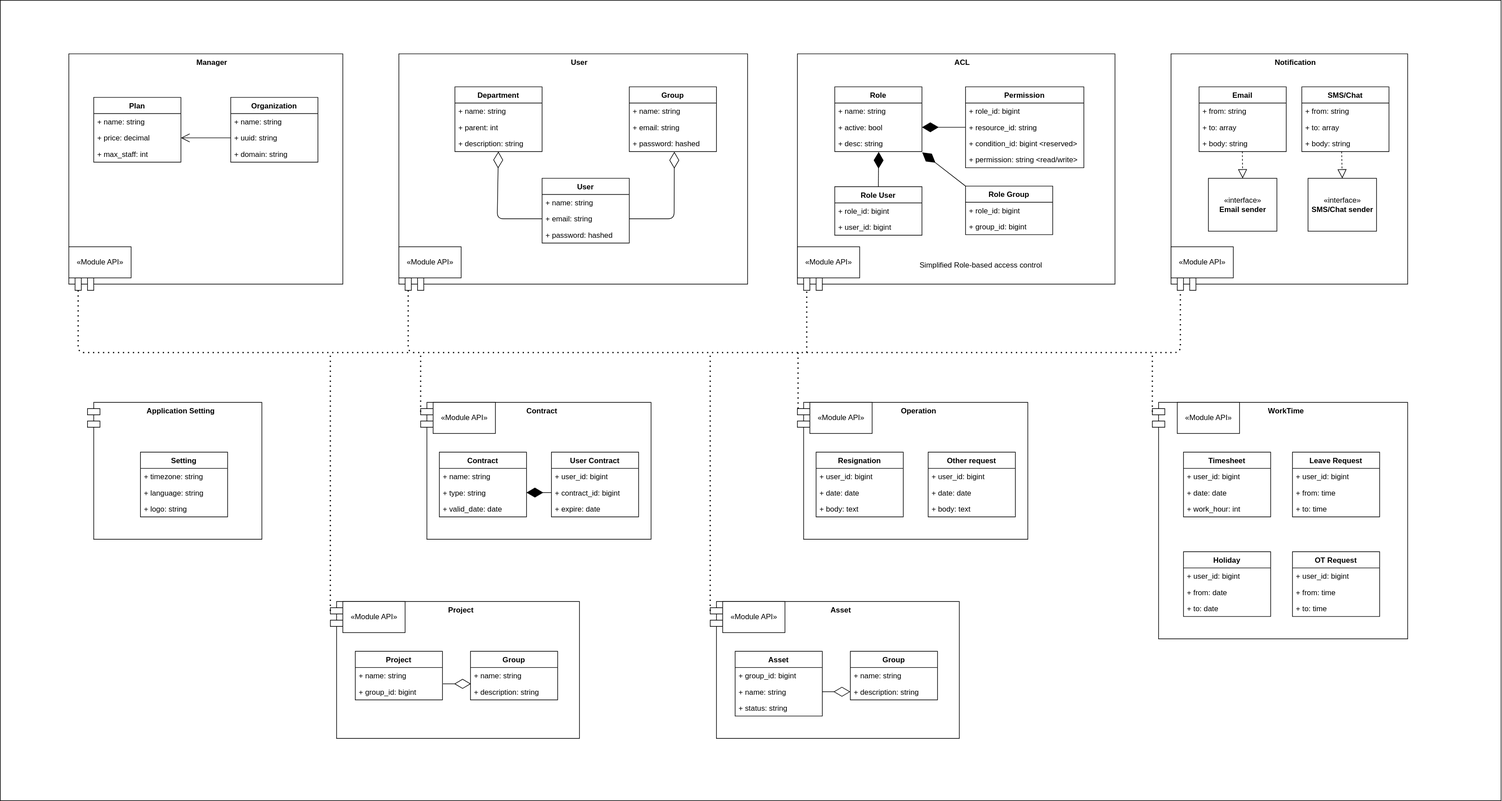
The draw.io diagram UML/module.svg in vinhcd/simple-crm, before a commit. Source tidied: cells renumbered, new cells last; positions are measured from the earlier drawing's top-left corner, leaving out a move shared by most shapes.
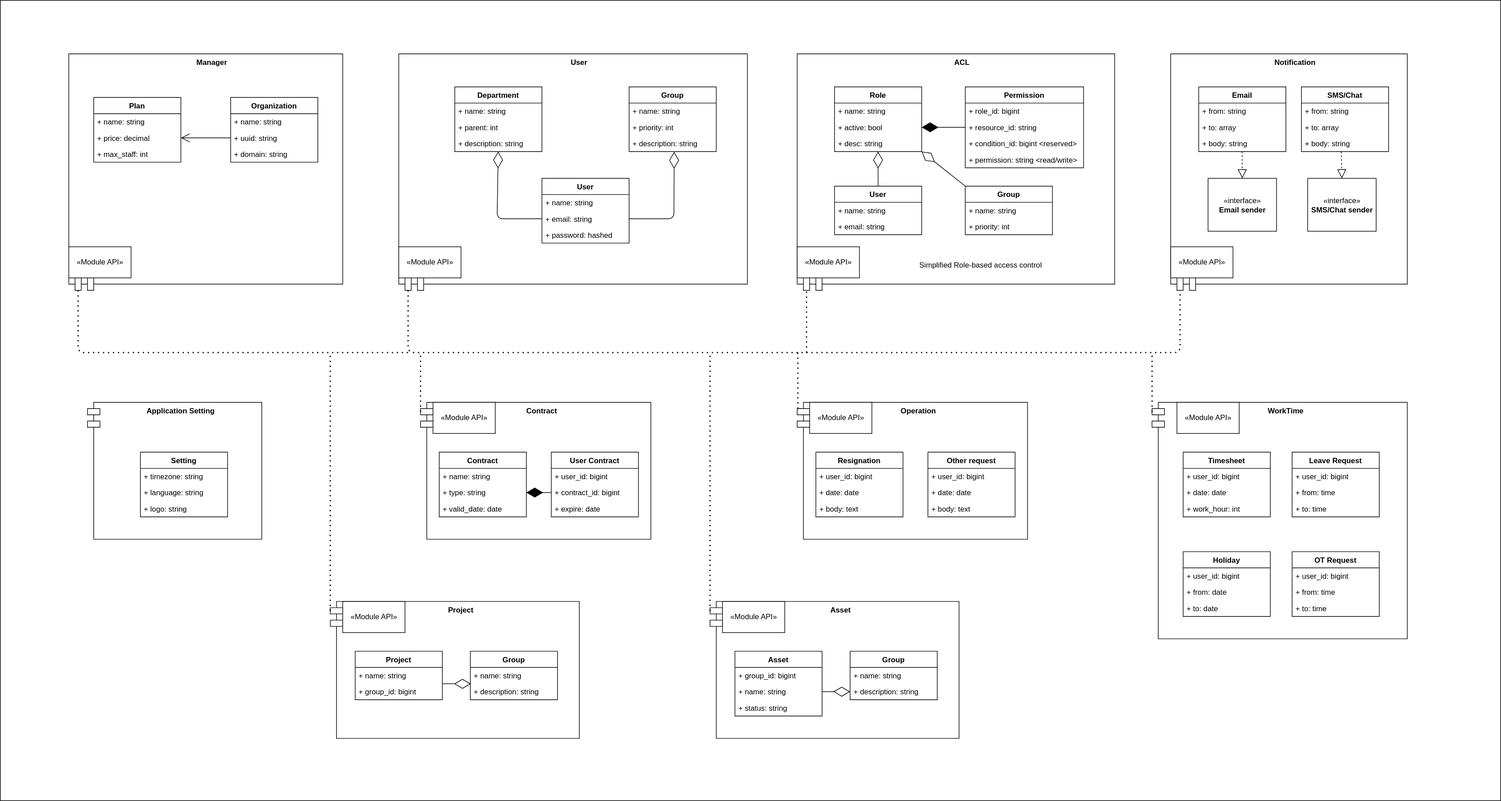
Later version of the same file.

The edit, as a diff of the source:
```diff
@@ -23,6 +23,15 @@
     <mxCell id="8" value="+ permission: string &lt;read/write&gt;" style="text;strokeColor=none;fillColor=none;align=left;verticalAlign=top;spacingLeft=4;spacingRight=4;overflow=hidden;" parent="4" vertex="1">
       <mxGeometry y="104" width="190" height="26" as="geometry" />
     </mxCell>
+    <mxCell id="136" value="User" style="swimlane;fontStyle=1;horizontal=1;startSize=26;fillColor=none;" parent="1" vertex="1">
+      <mxGeometry x="1340" y="298.5" width="140" height="78" as="geometry" />
+    </mxCell>
+    <mxCell id="137" value="+ name: string" style="text;strokeColor=none;fillColor=none;align=left;verticalAlign=top;spacingLeft=4;spacingRight=4;overflow=hidden;" parent="136" vertex="1">
+      <mxGeometry y="26" width="140" height="26" as="geometry" />
+    </mxCell>
+    <mxCell id="138" value="+ email: string" style="text;strokeColor=none;fillColor=none;align=left;verticalAlign=top;spacingLeft=4;spacingRight=4;overflow=hidden;" parent="136" vertex="1">
+      <mxGeometry y="52" width="140" height="26" as="geometry" />
+    </mxCell>
     <mxCell id="9" value="Application Setting" style="shape=module;align=left;spacingLeft=20;align=center;verticalAlign=top;direction=east;fontStyle=1;" parent="1" vertex="1">
       <mxGeometry x="140" y="646" width="280" height="220" as="geometry" />
     </mxCell>
@@ -71,24 +80,15 @@
     <mxCell id="24" value="«Module API»" style="html=1;" parent="1" vertex="1">
       <mxGeometry x="1890" y="646" width="100" height="50" as="geometry" />
     </mxCell>
-    <mxCell id="25" value="Role Group" style="swimlane;fontStyle=1;horizontal=1;startSize=26;fillColor=none;" parent="1" vertex="1">
+    <mxCell id="25" value="Group" style="swimlane;fontStyle=1;horizontal=1;startSize=26;fillColor=none;" parent="1" vertex="1">
       <mxGeometry x="1550" y="298.5" width="140" height="78" as="geometry" />
     </mxCell>
-    <mxCell id="26" value="+ role_id: bigint" style="text;strokeColor=none;fillColor=none;align=left;verticalAlign=top;spacingLeft=4;spacingRight=4;overflow=hidden;" parent="25" vertex="1">
+    <mxCell id="26" value="+ name: string" style="text;strokeColor=none;fillColor=none;align=left;verticalAlign=top;spacingLeft=4;spacingRight=4;overflow=hidden;" parent="25" vertex="1">
       <mxGeometry y="26" width="140" height="26" as="geometry" />
     </mxCell>
-    <mxCell id="27" value="+ group_id: bigint" style="text;strokeColor=none;fillColor=none;align=left;verticalAlign=top;spacingLeft=4;spacingRight=4;overflow=hidden;" parent="25" vertex="1">
+    <mxCell id="27" value="+ priority: int" style="text;strokeColor=none;fillColor=none;align=left;verticalAlign=top;spacingLeft=4;spacingRight=4;overflow=hidden;" parent="25" vertex="1">
       <mxGeometry y="52" width="140" height="26" as="geometry" />
     </mxCell>
-    <mxCell id="28" value="Role User" style="swimlane;fontStyle=1;horizontal=1;startSize=26;fillColor=none;" parent="1" vertex="1">
-      <mxGeometry x="1340" y="299.5" width="140" height="78" as="geometry" />
-    </mxCell>
-    <mxCell id="29" value="+ role_id: bigint" style="text;strokeColor=none;fillColor=none;align=left;verticalAlign=top;spacingLeft=4;spacingRight=4;overflow=hidden;" parent="28" vertex="1">
-      <mxGeometry y="26" width="140" height="26" as="geometry" />
-    </mxCell>
-    <mxCell id="30" value="+ user_id: bigint" style="text;strokeColor=none;fillColor=none;align=left;verticalAlign=top;spacingLeft=4;spacingRight=4;overflow=hidden;" parent="28" vertex="1">
-      <mxGeometry y="52" width="140" height="26" as="geometry" />
-    </mxCell>
     <mxCell id="31" value="Project" style="shape=module;align=left;spacingLeft=20;align=center;verticalAlign=top;direction=east;fontStyle=1;" parent="1" vertex="1">
       <mxGeometry x="530" y="966" width="400" height="220" as="geometry" />
     </mxCell>
@@ -184,10 +184,10 @@
     <mxCell id="57" value="+ name: string" style="text;strokeColor=none;fillColor=none;align=left;verticalAlign=top;spacingLeft=4;spacingRight=4;overflow=hidden;" parent="56" vertex="1">
       <mxGeometry y="26" width="140" height="26" as="geometry" />
     </mxCell>
-    <mxCell id="58" value="+ email: string" style="text;strokeColor=none;fillColor=none;align=left;verticalAlign=top;spacingLeft=4;spacingRight=4;overflow=hidden;" parent="56" vertex="1">
+    <mxCell id="58" value="+ priority: int" style="text;strokeColor=none;fillColor=none;align=left;verticalAlign=top;spacingLeft=4;spacingRight=4;overflow=hidden;" parent="56" vertex="1">
       <mxGeometry y="52" width="140" height="26" as="geometry" />
     </mxCell>
-    <mxCell id="59" value="+ password: hashed" style="text;strokeColor=none;fillColor=none;align=left;verticalAlign=top;spacingLeft=4;spacingRight=4;overflow=hidden;points=[[0,0.5],[1,0.5]];portConstraint=eastwest;" parent="56" vertex="1">
+    <mxCell id="59" value="+ description: string" style="text;strokeColor=none;fillColor=none;align=left;verticalAlign=top;spacingLeft=4;spacingRight=4;overflow=hidden;points=[[0,0.5],[1,0.5]];portConstraint=eastwest;" parent="56" vertex="1">
       <mxGeometry y="78" width="140" height="26" as="geometry" />
     </mxCell>
     <mxCell id="60" style="endArrow=diamondThin;endFill=0;endSize=24;html=1;entryX=0.517;entryY=1.016;entryDx=0;entryDy=0;entryPerimeter=0;exitX=1;exitY=0.5;exitDx=0;exitDy=0;" parent="1" edge="1" source="50" target="59">
@@ -204,9 +204,6 @@
         </Array>
       </mxGeometry>
     </mxCell>
-    <mxCell id="62" style="endArrow=diamondThin;endFill=1;endSize=24;html=1;entryX=0.504;entryY=1.023;entryDx=0;entryDy=0;exitX=0.5;exitY=0;exitDx=0;exitDy=0;entryPerimeter=0;" parent="1" edge="1" source="28" target="133">
-      <mxGeometry relative="1" as="geometry" />
-    </mxCell>
     <mxCell id="63" value="Email" style="swimlane;fontStyle=1;horizontal=1;startSize=26;fillColor=none;" parent="1" vertex="1">
       <mxGeometry x="1925" y="139" width="140" height="104" as="geometry" />
     </mxCell>
@@ -430,11 +427,14 @@
     <mxCell id="133" value="+ desc: string" style="text;strokeColor=none;fillColor=none;align=left;verticalAlign=top;spacingLeft=4;spacingRight=4;overflow=hidden;points=[[0,0.5],[1,0.5]];portConstraint=eastwest;" parent="130" vertex="1">
       <mxGeometry y="78" width="140" height="26" as="geometry" />
     </mxCell>
-    <mxCell id="134" style="endArrow=diamondThin;endFill=1;endSize=24;html=1;entryX=1.003;entryY=1.052;entryDx=0;entryDy=0;exitX=0;exitY=0;exitDx=0;exitDy=0;entryPerimeter=0;" parent="1" edge="1" source="25" target="133">
-      <mxGeometry relative="1" as="geometry" />
-    </mxCell>
     <mxCell id="135" style="endArrow=diamondThin;endFill=1;endSize=24;html=1;entryX=1;entryY=0.5;entryDx=0;entryDy=0;exitX=0;exitY=0.5;exitDx=0;exitDy=0;" parent="1" edge="1" source="6" target="132">
       <mxGeometry relative="1" as="geometry" />
     </mxCell>
+    <mxCell id="139" style="endArrow=diamondThin;endFill=0;endSize=24;html=1;entryX=0.499;entryY=1.005;entryDx=0;entryDy=0;entryPerimeter=0;exitX=0.5;exitY=0;exitDx=0;exitDy=0;" parent="1" edge="1" source="136" target="133">
+      <mxGeometry relative="1" as="geometry" />
+    </mxCell>
+    <mxCell id="140" style="endArrow=diamondThin;endFill=0;endSize=24;html=1;entryX=1;entryY=1;entryDx=0;entryDy=0;exitX=0;exitY=0;exitDx=0;exitDy=0;" parent="1" edge="1" source="25" target="130">
+      <mxGeometry relative="1" as="geometry" />
+    </mxCell>
   </root>
 </mxGraphModel>
```
